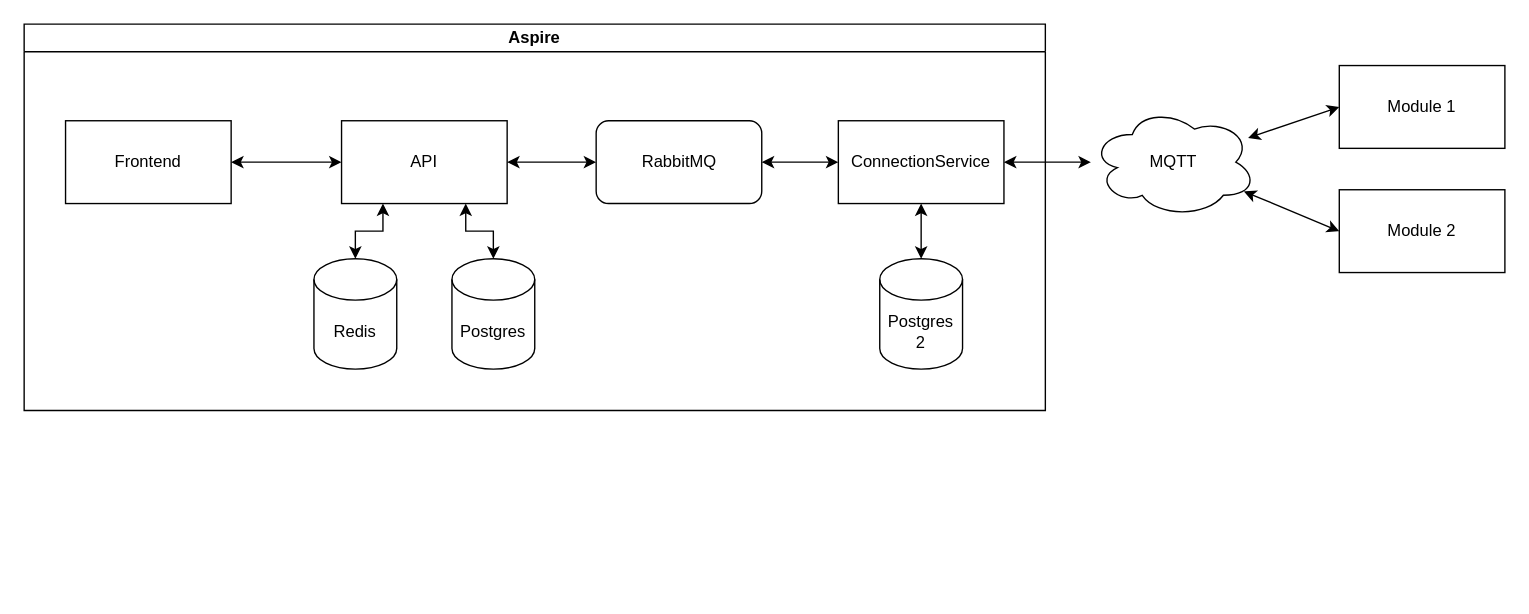
Above: docs/planning/Architecture.drawio in S-Mitterlehner/smart-garden (draw.io), before the change. Source tidied: cells renumbered, new cells numbered last; positions are measured from the earlier drawing's top-left corner, leaving out a move shared by most shapes. Both pictures are drawn from the tidied source at 138%, with x=0, y=0 at pixel (23, 23).
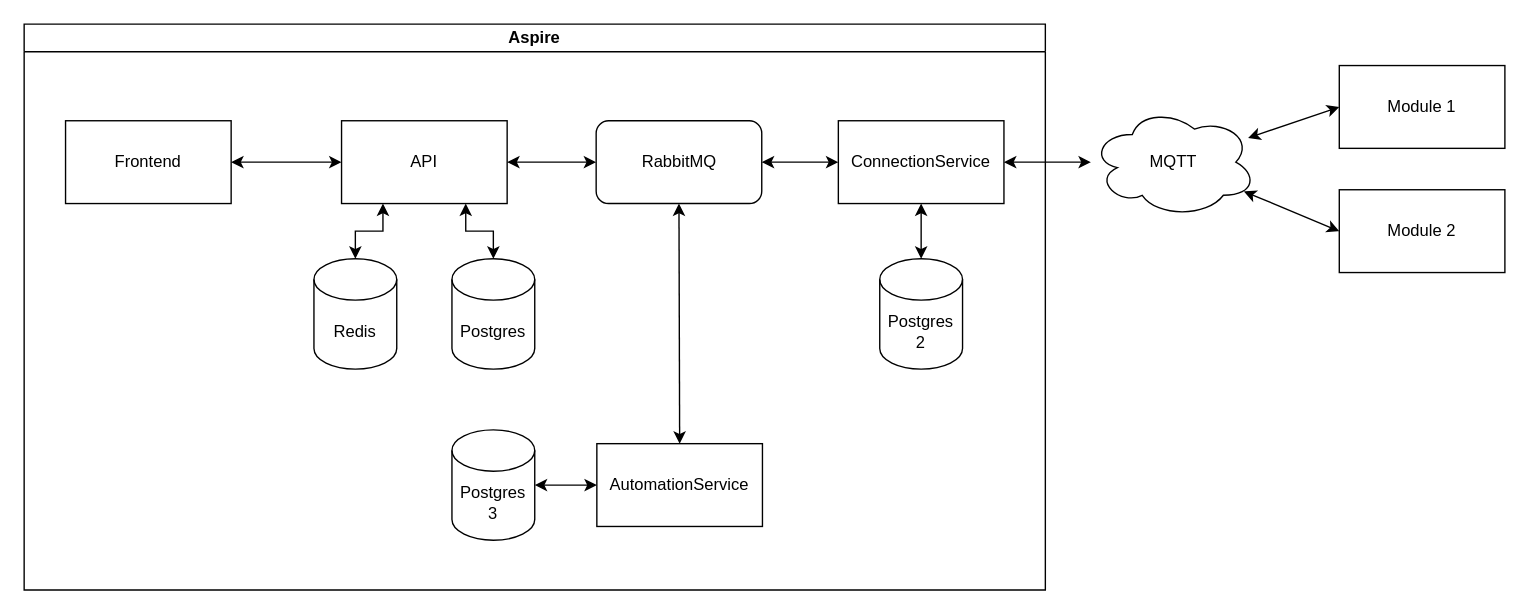
Above is the later version.

Unchanged cells that the change refers to:
```xml
<mxCell id="12" value="RabbitMQ" style="rounded=1;whiteSpace=wrap;html=1;" parent="8" vertex="1">
  <mxGeometry x="414.5" y="70" width="120" height="60" as="geometry" />
</mxCell>
```

Diff of the diagram source:
```diff
@@
     <mxCell id="8" value="Aspire" style="swimlane;whiteSpace=wrap;html=1;startSize=20;" parent="1" vertex="1">
-      <mxGeometry width="740" height="280" as="geometry" />
+      <mxGeometry width="740" height="410" as="geometry" />
     </mxCell>
@@
+    <mxCell id="22" style="edgeStyle=none;html=1;exitX=0.5;exitY=1;exitDx=0;exitDy=0;entryX=0.5;entryY=0;entryDx=0;entryDy=0;startArrow=classic;startFill=1;" parent="8" edge="1" source="12" target="23">
+      <mxGeometry relative="1" as="geometry" />
+    </mxCell>
@@
+    <mxCell id="23" value="AutomationService" style="rounded=0;whiteSpace=wrap;html=1;" parent="8" vertex="1">
+      <mxGeometry x="415" y="304" width="120" height="60" as="geometry" />
+    </mxCell>
+    <mxCell id="24" value="Postgres&lt;div&gt;3&lt;/div&gt;" style="shape=cylinder3;whiteSpace=wrap;html=1;boundedLbl=1;backgroundOutline=1;size=15;" parent="8" vertex="1">
+      <mxGeometry x="310" y="294" width="60" height="80" as="geometry" />
+    </mxCell>
+    <mxCell id="25" style="edgeStyle=none;html=1;exitX=0;exitY=0.5;exitDx=0;exitDy=0;entryX=1;entryY=0.5;entryDx=0;entryDy=0;entryPerimeter=0;startArrow=classic;startFill=1;" parent="8" edge="1" source="23" target="24">
+      <mxGeometry relative="1" as="geometry" />
+    </mxCell>
```
